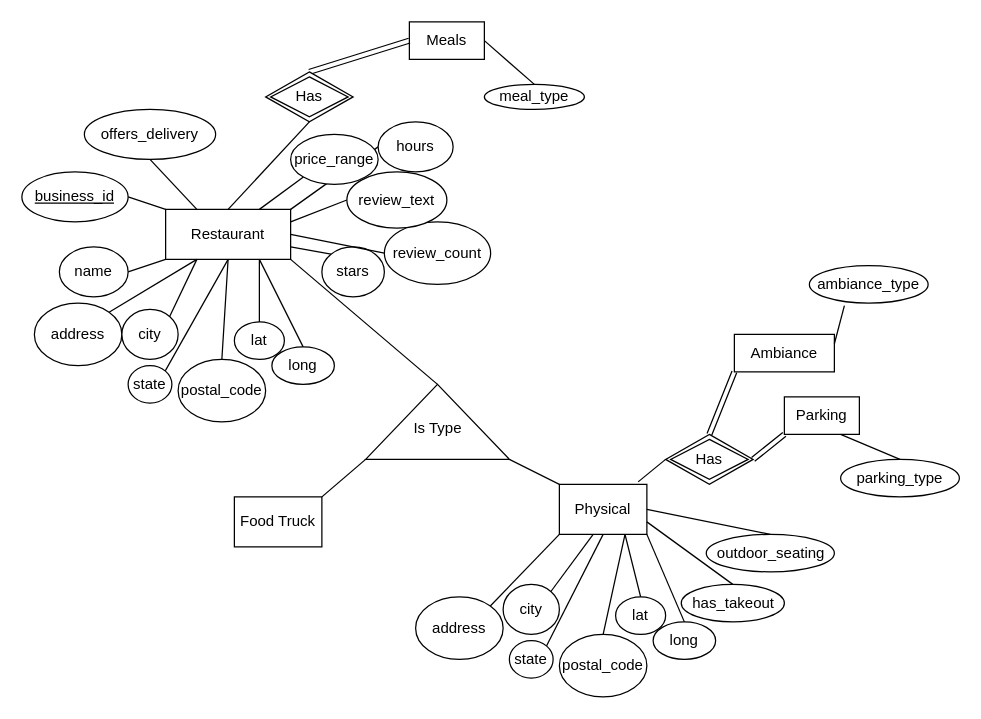
Above: docs/ER_Diagram_Main.drawio in hoyoung-jang/TeamGeekSquad_CIS550 (draw.io), before the change. Source tidied: cells renumbered, new cells numbered last; positions are measured from the earlier drawing's top-left corner, leaving out a move shared by most shapes. Both pictures are drawn from the tidied source at 125%, with x=0, y=0 at pixel (21, 21).
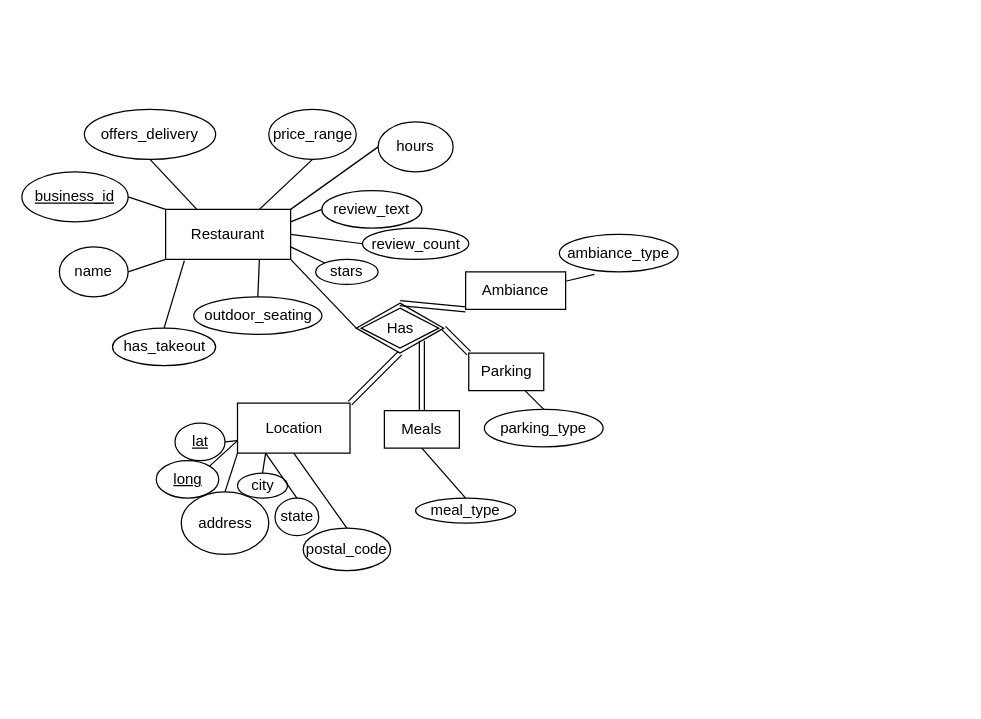
Above is the later version.

Unchanged cells that the change refers to:
```xml
<mxCell id="2" value="Restaurant" style="rounded=0;whiteSpace=wrap;html=1;" parent="1" vertex="1">
  <mxGeometry x="115" y="150" width="100" height="40" as="geometry" />
</mxCell>
```

The edit, as a diff of the source:
```diff
@@
     <mxCell id="6" value="stars" style="ellipse;whiteSpace=wrap;html=1;" parent="1" vertex="1">
-      <mxGeometry x="240" y="180" width="50" height="40" as="geometry" />
+      <mxGeometry x="235" y="190" width="50" height="20" as="geometry" />
     </mxCell>
@@
     <mxCell id="8" value="review_count" style="ellipse;whiteSpace=wrap;html=1;" parent="1" vertex="1">
-      <mxGeometry x="290" y="160" width="85" height="50" as="geometry" />
+      <mxGeometry x="272.5" y="165" width="85" height="25" as="geometry" />
     </mxCell>
@@
-    <mxCell id="11" style="verticalLabelPosition=bottom;verticalAlign=top;html=1;shape=mxgraph.basic.acute_triangle;dx=0.5;" parent="1" vertex="1">
-      <mxGeometry x="275" y="290" width="115" height="60" as="geometry" />
-    </mxCell>
-    <mxCell id="12" value="Is Type" style="text;html=1;strokeColor=none;fillColor=none;align=center;verticalAlign=middle;whiteSpace=wrap;rounded=0;" parent="1" vertex="1">
-      <mxGeometry x="302.5" y="310" width="60" height="30" as="geometry" />
-    </mxCell>
-    <mxCell id="13" style="endArrow=none;html=1;rounded=0;exitX=0;exitY=0;exitDx=57.5;exitDy=0;exitPerimeter=0;entryX=1;entryY=1;entryDx=0;entryDy=0;" parent="1" edge="1" source="11" target="2">
-      <mxGeometry relative="1" as="geometry" />
-    </mxCell>
-    <mxCell id="14" style="endArrow=none;html=1;rounded=0;entryX=0;entryY=1;entryDx=0;entryDy=0;entryPerimeter=0;exitX=1;exitY=0;exitDx=0;exitDy=0;" parent="1" edge="1" source="15" target="11">
-      <mxGeometry relative="1" as="geometry" />
-    </mxCell>
-    <mxCell id="15" value="Food Truck" style="rounded=0;whiteSpace=wrap;html=1;" parent="1" vertex="1">
-      <mxGeometry x="170" y="380" width="70" height="40" as="geometry" />
-    </mxCell>
-    <mxCell id="16" style="endArrow=none;html=1;rounded=0;entryX=1;entryY=1;entryDx=0;entryDy=0;entryPerimeter=0;exitX=0;exitY=0;exitDx=0;exitDy=0;" parent="1" edge="1" source="17" target="11">
-      <mxGeometry relative="1" as="geometry" />
-    </mxCell>
-    <mxCell id="17" value="Physical" style="rounded=0;whiteSpace=wrap;html=1;" parent="1" vertex="1">
-      <mxGeometry x="430" y="370" width="70" height="40" as="geometry" />
-    </mxCell>
-    <mxCell id="18" style="endArrow=none;html=1;rounded=0;entryX=0.25;entryY=1;entryDx=0;entryDy=0;exitX=1;exitY=0;exitDx=0;exitDy=0;" parent="1" edge="1" source="19">
-      <mxGeometry relative="1" as="geometry">
-        <mxPoint x="140" y="190" as="targetPoint" />
-      </mxGeometry>
-    </mxCell>
-    <mxCell id="19" value="address" style="ellipse;whiteSpace=wrap;html=1;" parent="1" vertex="1">
-      <mxGeometry x="10" y="225" width="70" height="50" as="geometry" />
-    </mxCell>
-    <mxCell id="20" style="endArrow=none;html=1;rounded=0;entryX=0.25;entryY=1;entryDx=0;entryDy=0;exitX=1;exitY=0;exitDx=0;exitDy=0;" parent="1" edge="1" source="21">
-      <mxGeometry relative="1" as="geometry">
-        <mxPoint x="140" y="190" as="targetPoint" />
-      </mxGeometry>
-    </mxCell>
-    <mxCell id="21" value="city" style="ellipse;whiteSpace=wrap;html=1;" parent="1" vertex="1">
-      <mxGeometry x="80" y="230" width="45" height="40" as="geometry" />
-    </mxCell>
-    <mxCell id="22" style="endArrow=none;html=1;rounded=0;entryX=0.5;entryY=1;entryDx=0;entryDy=0;exitX=1;exitY=0;exitDx=0;exitDy=0;" parent="1" edge="1" source="23">
-      <mxGeometry relative="1" as="geometry">
-        <mxPoint x="165" y="190" as="targetPoint" />
-      </mxGeometry>
-    </mxCell>
-    <mxCell id="23" value="state" style="ellipse;whiteSpace=wrap;html=1;" parent="1" vertex="1">
-      <mxGeometry x="85" y="275" width="35" height="30" as="geometry" />
-    </mxCell>
-    <mxCell id="24" style="endArrow=none;html=1;rounded=0;exitX=0.5;exitY=0;exitDx=0;exitDy=0;entryX=0.5;entryY=1;entryDx=0;entryDy=0;" parent="1" edge="1" source="25">
-      <mxGeometry relative="1" as="geometry">
-        <mxPoint x="165" y="190" as="targetPoint" />
-      </mxGeometry>
-    </mxCell>
-    <mxCell id="25" value="postal_code" style="ellipse;whiteSpace=wrap;html=1;" parent="1" vertex="1">
-      <mxGeometry x="125" y="270" width="70" height="50" as="geometry" />
-    </mxCell>
-    <mxCell id="26" style="endArrow=none;html=1;rounded=0;exitX=0.5;exitY=0;exitDx=0;exitDy=0;entryX=0.75;entryY=1;entryDx=0;entryDy=0;" parent="1" edge="1" source="27">
-      <mxGeometry relative="1" as="geometry">
-        <mxPoint x="190" y="190" as="targetPoint" />
-      </mxGeometry>
+    <mxCell id="26" style="endArrow=none;html=1;rounded=0;exitX=1;exitY=0.5;exitDx=0;exitDy=0;entryX=0;entryY=0.75;entryDx=0;entryDy=0;" parent="1" edge="1" source="27" target="70">
+      <mxGeometry relative="1" as="geometry" />
     </mxCell>
-    <mxCell id="27" value="lat" style="ellipse;whiteSpace=wrap;html=1;" parent="1" vertex="1">
-      <mxGeometry x="170" y="240" width="40" height="30" as="geometry" />
+    <mxCell id="27" value="&lt;u&gt;lat&lt;/u&gt;" style="ellipse;whiteSpace=wrap;html=1;" parent="1" vertex="1">
+      <mxGeometry x="122.5" y="321" width="40" height="30" as="geometry" />
     </mxCell>
-    <mxCell id="28" style="endArrow=none;html=1;rounded=0;entryX=0.75;entryY=1;entryDx=0;entryDy=0;exitX=0.5;exitY=0;exitDx=0;exitDy=0;" parent="1" edge="1" source="29">
-      <mxGeometry relative="1" as="geometry">
-        <mxPoint x="190" y="190" as="targetPoint" />
-      </mxGeometry>
+    <mxCell id="28" style="endArrow=none;html=1;rounded=0;entryX=0;entryY=0.75;entryDx=0;entryDy=0;exitX=1;exitY=0;exitDx=0;exitDy=0;" parent="1" edge="1" source="29" target="70">
+      <mxGeometry relative="1" as="geometry" />
     </mxCell>
-    <mxCell id="29" value="long" style="ellipse;whiteSpace=wrap;html=1;" parent="1" vertex="1">
-      <mxGeometry x="200" y="260" width="50" height="30" as="geometry" />
+    <mxCell id="29" value="&lt;u&gt;long&lt;/u&gt;" style="ellipse;whiteSpace=wrap;html=1;" parent="1" vertex="1">
+      <mxGeometry x="107.5" y="351" width="50" height="30" as="geometry" />
     </mxCell>
-    <mxCell id="30" style="endArrow=none;html=1;rounded=0;entryX=0;entryY=1;entryDx=0;entryDy=0;exitX=1;exitY=0;exitDx=0;exitDy=0;" parent="1" edge="1" source="31" target="17">
+    <mxCell id="30" style="endArrow=none;html=1;rounded=0;entryX=0;entryY=1;entryDx=0;entryDy=0;exitX=0.5;exitY=0;exitDx=0;exitDy=0;" parent="1" edge="1" source="31" target="70">
       <mxGeometry relative="1" as="geometry" />
     </mxCell>
     <mxCell id="31" value="address" style="ellipse;whiteSpace=wrap;html=1;" parent="1" vertex="1">
-      <mxGeometry x="315" y="460" width="70" height="50" as="geometry" />
+      <mxGeometry x="127.5" y="376" width="70" height="50" as="geometry" />
     </mxCell>
-    <mxCell id="32" style="endArrow=none;html=1;rounded=0;entryX=0.386;entryY=1;entryDx=0;entryDy=0;exitX=1;exitY=0;exitDx=0;exitDy=0;entryPerimeter=0;" parent="1" edge="1" source="33" target="17">
+    <mxCell id="32" style="endArrow=none;html=1;rounded=0;exitX=0.5;exitY=0;exitDx=0;exitDy=0;entryX=0.25;entryY=1;entryDx=0;entryDy=0;" parent="1" edge="1" source="33" target="70">
       <mxGeometry relative="1" as="geometry" />
     </mxCell>
     <mxCell id="33" value="city" style="ellipse;whiteSpace=wrap;html=1;" parent="1" vertex="1">
-      <mxGeometry x="385" y="450" width="45" height="40" as="geometry" />
+      <mxGeometry x="172.5" y="361" width="40" height="20" as="geometry" />
     </mxCell>
-    <mxCell id="34" style="endArrow=none;html=1;rounded=0;entryX=0.5;entryY=1;entryDx=0;entryDy=0;exitX=1;exitY=0;exitDx=0;exitDy=0;" parent="1" edge="1" source="35" target="17">
+    <mxCell id="34" style="endArrow=none;html=1;rounded=0;entryX=0.25;entryY=1;entryDx=0;entryDy=0;exitX=0.5;exitY=0;exitDx=0;exitDy=0;" parent="1" edge="1" source="35" target="70">
       <mxGeometry relative="1" as="geometry" />
     </mxCell>
     <mxCell id="35" value="state" style="ellipse;whiteSpace=wrap;html=1;" parent="1" vertex="1">
-      <mxGeometry x="390" y="495" width="35" height="30" as="geometry" />
+      <mxGeometry x="202.5" y="381" width="35" height="30" as="geometry" />
     </mxCell>
-    <mxCell id="36" style="endArrow=none;html=1;rounded=0;exitX=0.5;exitY=0;exitDx=0;exitDy=0;entryX=0.75;entryY=1;entryDx=0;entryDy=0;" parent="1" edge="1" source="37" target="17">
+    <mxCell id="36" style="endArrow=none;html=1;rounded=0;exitX=0.5;exitY=0;exitDx=0;exitDy=0;entryX=0.5;entryY=1;entryDx=0;entryDy=0;" parent="1" edge="1" source="37" target="70">
       <mxGeometry relative="1" as="geometry" />
     </mxCell>
     <mxCell id="37" value="postal_code" style="ellipse;whiteSpace=wrap;html=1;" parent="1" vertex="1">
-      <mxGeometry x="430" y="490" width="70" height="50" as="geometry" />
+      <mxGeometry x="225" y="405" width="70" height="34" as="geometry" />
     </mxCell>
-    <mxCell id="38" style="endArrow=none;html=1;rounded=0;exitX=0.5;exitY=0;exitDx=0;exitDy=0;entryX=0.75;entryY=1;entryDx=0;entryDy=0;" parent="1" edge="1" source="39" target="17">
-      <mxGeometry relative="1" as="geometry" />
-    </mxCell>
-    <mxCell id="39" value="lat" style="ellipse;whiteSpace=wrap;html=1;" parent="1" vertex="1">
-      <mxGeometry x="475" y="460" width="40" height="30" as="geometry" />
-    </mxCell>
-    <mxCell id="40" style="endArrow=none;html=1;rounded=0;entryX=1;entryY=1;entryDx=0;entryDy=0;exitX=0.5;exitY=0;exitDx=0;exitDy=0;" parent="1" edge="1" source="41" target="17">
-      <mxGeometry relative="1" as="geometry" />
-    </mxCell>
-    <mxCell id="41" value="long" style="ellipse;whiteSpace=wrap;html=1;" parent="1" vertex="1">
-      <mxGeometry x="505" y="480" width="50" height="30" as="geometry" />
-    </mxCell>
     <mxCell id="42" value="Parking" style="rounded=0;whiteSpace=wrap;html=1;" parent="1" vertex="1">
-      <mxGeometry x="610" y="300" width="60" height="30" as="geometry" />
+      <mxGeometry x="357.5" y="265" width="60" height="30" as="geometry" />
     </mxCell>
-    <mxCell id="43" style="endArrow=none;html=1;rounded=0;entryX=0;entryY=0.5;entryDx=0;entryDy=0;exitX=0.9;exitY=-0.05;exitDx=0;exitDy=0;exitPerimeter=0;" parent="1" edge="1" source="17" target="45">
+    <mxCell id="43" style="endArrow=none;html=1;rounded=0;entryX=0;entryY=0.5;entryDx=0;entryDy=0;exitX=1;exitY=1;exitDx=0;exitDy=0;" parent="1" edge="1" source="2" target="45">
       <mxGeometry relative="1" as="geometry" />
     </mxCell>
-    <mxCell id="44" style="shape=link;html=1;rounded=0;entryX=0;entryY=1;entryDx=0;entryDy=0;exitX=1;exitY=0.5;exitDx=0;exitDy=0;" parent="1" edge="1" source="45" target="42">
+    <mxCell id="44" style="shape=link;html=1;rounded=0;entryX=0;entryY=0;entryDx=0;entryDy=0;exitX=1;exitY=0.5;exitDx=0;exitDy=0;" parent="1" edge="1" source="45" target="42">
       <mxGeometry relative="1" as="geometry" />
     </mxCell>
     <mxCell id="45" value="Has" style="shape=rhombus;double=1;perimeter=rhombusPerimeter;whiteSpace=wrap;html=1;align=center;" parent="1" vertex="1">
-      <mxGeometry x="515" y="330" width="70" height="40" as="geometry" />
+      <mxGeometry x="267.5" y="225" width="70" height="40" as="geometry" />
     </mxCell>
@@
     <mxCell id="47" value="parking_type" style="ellipse;whiteSpace=wrap;html=1;" parent="1" vertex="1">
-      <mxGeometry x="655" y="350" width="95" height="30" as="geometry" />
+      <mxGeometry x="370" y="310" width="95" height="30" as="geometry" />
     </mxCell>
@@
-    <mxCell id="50" style="endArrow=none;html=1;rounded=0;exitX=0;exitY=1;exitDx=0;exitDy=0;entryX=0.75;entryY=0;entryDx=0;entryDy=0;" parent="1" edge="1" source="51" target="2">
+    <mxCell id="50" style="endArrow=none;html=1;rounded=0;exitX=0.5;exitY=1;exitDx=0;exitDy=0;entryX=0.75;entryY=0;entryDx=0;entryDy=0;" parent="1" edge="1" source="51" target="2">
       <mxGeometry relative="1" as="geometry" />
     </mxCell>
     <mxCell id="51" value="price_range" style="ellipse;whiteSpace=wrap;html=1;" parent="1" vertex="1">
-      <mxGeometry x="215" y="90" width="70" height="40" as="geometry" />
+      <mxGeometry x="197.5" y="70" width="70" height="40" as="geometry" />
     </mxCell>
-    <mxCell id="52" value="Meals" style="rounded=0;whiteSpace=wrap;html=1;" parent="1" vertex="1">
-      <mxGeometry x="310" width="60" height="30" as="geometry" />
-    </mxCell>
-    <mxCell id="53" style="shape=link;html=1;rounded=0;entryX=0;entryY=0.5;entryDx=0;entryDy=0;exitX=0.5;exitY=0;exitDx=0;exitDy=0;" parent="1" edge="1" source="54" target="52">
-      <mxGeometry relative="1" as="geometry" />
-    </mxCell>
-    <mxCell id="54" value="Has" style="shape=rhombus;double=1;perimeter=rhombusPerimeter;whiteSpace=wrap;html=1;align=center;" parent="1" vertex="1">
-      <mxGeometry x="195" y="40" width="70" height="40" as="geometry" />
-    </mxCell>
-    <mxCell id="55" style="endArrow=none;html=1;rounded=0;entryX=0.5;entryY=0;entryDx=0;entryDy=0;exitX=0.5;exitY=1;exitDx=0;exitDy=0;" parent="1" edge="1" source="54" target="2">
-      <mxGeometry relative="1" as="geometry" />
-    </mxCell>
-    <mxCell id="56" style="endArrow=none;html=1;rounded=0;exitX=0.5;exitY=0;exitDx=0;exitDy=0;entryX=1;entryY=0.5;entryDx=0;entryDy=0;" parent="1" edge="1" source="57" target="52">
-      <mxGeometry relative="1" as="geometry" />
-    </mxCell>
-    <mxCell id="57" value="meal_type" style="ellipse;whiteSpace=wrap;html=1;" parent="1" vertex="1">
-      <mxGeometry x="370" y="50" width="80" height="20" as="geometry" />
-    </mxCell>
-    <mxCell id="58" style="endArrow=none;html=1;rounded=0;entryX=1;entryY=0.75;entryDx=0;entryDy=0;exitX=0.5;exitY=0;exitDx=0;exitDy=0;" parent="1" edge="1" source="59" target="17">
-      <mxGeometry relative="1" as="geometry" />
-    </mxCell>
-    <mxCell id="59" value="has_takeout" style="ellipse;whiteSpace=wrap;html=1;" parent="1" vertex="1">
-      <mxGeometry x="527.5" y="450" width="82.5" height="30" as="geometry" />
-    </mxCell>
-    <mxCell id="60" style="endArrow=none;html=1;rounded=0;entryX=1;entryY=0.5;entryDx=0;entryDy=0;exitX=0.5;exitY=0;exitDx=0;exitDy=0;" parent="1" edge="1" source="61" target="17">
-      <mxGeometry relative="1" as="geometry" />
-    </mxCell>
-    <mxCell id="61" value="outdoor_seating" style="ellipse;whiteSpace=wrap;html=1;" parent="1" vertex="1">
-      <mxGeometry x="547.5" y="410" width="102.5" height="30" as="geometry" />
-    </mxCell>
     <mxCell id="62" value="Ambiance" style="rounded=0;whiteSpace=wrap;html=1;" parent="1" vertex="1">
-      <mxGeometry x="570" y="250" width="80" height="30" as="geometry" />
+      <mxGeometry x="355" y="200" width="80" height="30" as="geometry" />
     </mxCell>
@@
     <mxCell id="65" value="ambiance_type" style="ellipse;whiteSpace=wrap;html=1;" parent="1" vertex="1">
-      <mxGeometry x="630" y="195" width="95" height="30" as="geometry" />
+      <mxGeometry x="430" y="170" width="95" height="30" as="geometry" />
     </mxCell>
@@
     <mxCell id="69" value="review_text" style="ellipse;whiteSpace=wrap;html=1;" parent="1" vertex="1">
-      <mxGeometry x="260" y="120" width="80" height="45" as="geometry" />
+      <mxGeometry x="240" y="135" width="80" height="30" as="geometry" />
     </mxCell>
+    <mxCell id="70" value="Location" style="rounded=0;whiteSpace=wrap;html=1;" parent="1" vertex="1">
+      <mxGeometry x="172.5" y="305" width="90" height="40" as="geometry" />
+    </mxCell>
+    <mxCell id="71" style="shape=link;html=1;rounded=0;entryX=1;entryY=0;entryDx=0;entryDy=0;exitX=0.5;exitY=1;exitDx=0;exitDy=0;" parent="1" edge="1" source="45" target="70">
+      <mxGeometry relative="1" as="geometry" />
+    </mxCell>
+    <mxCell id="72" style="endArrow=none;html=1;rounded=0;entryX=0.15;entryY=1.025;entryDx=0;entryDy=0;exitX=0.5;exitY=0;exitDx=0;exitDy=0;entryPerimeter=0;" parent="1" edge="1" source="59" target="2">
+      <mxGeometry relative="1" as="geometry" />
+    </mxCell>
+    <mxCell id="59" value="has_takeout" style="ellipse;whiteSpace=wrap;html=1;" parent="1" vertex="1">
+      <mxGeometry x="72.5" y="245" width="82.5" height="30" as="geometry" />
+    </mxCell>
+    <mxCell id="73" style="endArrow=none;html=1;rounded=0;entryX=0.75;entryY=1;entryDx=0;entryDy=0;exitX=0.5;exitY=0;exitDx=0;exitDy=0;" parent="1" edge="1" source="61" target="2">
+      <mxGeometry relative="1" as="geometry" />
+    </mxCell>
+    <mxCell id="61" value="outdoor_seating" style="ellipse;whiteSpace=wrap;html=1;" parent="1" vertex="1">
+      <mxGeometry x="137.5" y="220" width="102.5" height="30" as="geometry" />
+    </mxCell>
+    <mxCell id="52" value="Meals" style="rounded=0;whiteSpace=wrap;html=1;" parent="1" vertex="1">
+      <mxGeometry x="290" y="311" width="60" height="30" as="geometry" />
+    </mxCell>
+    <mxCell id="74" style="shape=link;html=1;rounded=0;entryX=0.5;entryY=0;entryDx=0;entryDy=0;exitX=1;exitY=1;exitDx=0;exitDy=0;" parent="1" edge="1" source="45" target="52">
+      <mxGeometry relative="1" as="geometry" />
+    </mxCell>
+    <mxCell id="57" value="meal_type" style="ellipse;whiteSpace=wrap;html=1;" parent="1" vertex="1">
+      <mxGeometry x="315" y="381" width="80" height="20" as="geometry" />
+    </mxCell>
+    <mxCell id="56" style="endArrow=none;html=1;rounded=0;entryX=0.5;entryY=1;entryDx=0;entryDy=0;exitX=0.5;exitY=0;exitDx=0;exitDy=0;" parent="1" edge="1" source="57" target="52">
+      <mxGeometry relative="1" as="geometry" />
+    </mxCell>
```
